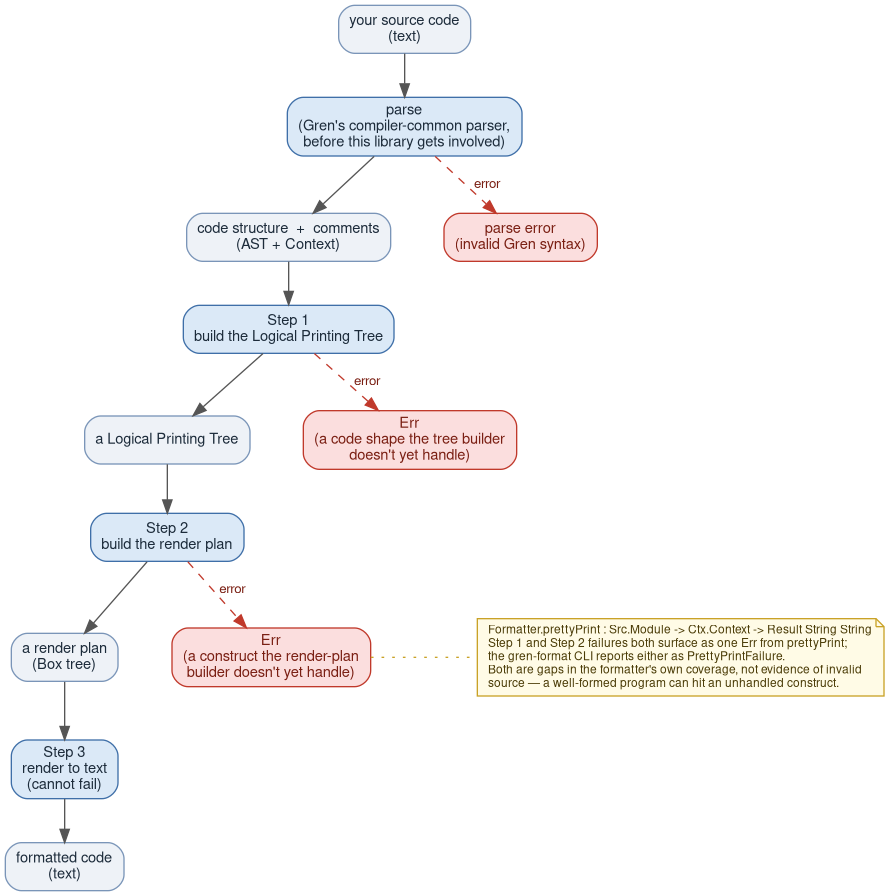
Before: docs/diagrams/formatter-pipeline.png, a diagram exported from Graphviz (gilramir/gren-format-lib). Its source is kept beside it as docs/diagrams/formatter-pipeline.dot.
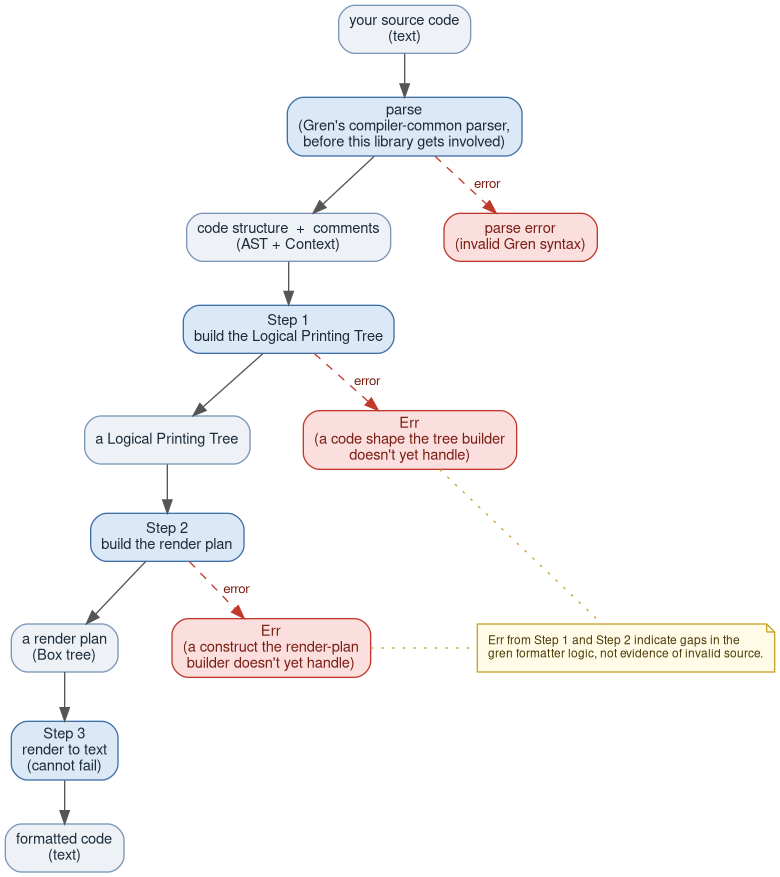
The same diagram one commit later.

What changed in the source:
```diff
@@ -28,7 +28,7 @@
     step2Fail [label="Err\n(a construct the render-plan\nbuilder doesn't yet handle)"];
 
     node [shape=note, style=filled, fillcolor="#fffbe6", color="#c9a227", fontcolor="#4a3b06", fontsize=9];
-    errNote [label="Formatter.prettyPrint : Src.Module -> Ctx.Context -> Result String String\lStep 1 and Step 2 failures both surface as one Err from prettyPrint;\lthe gren-format CLI reports either as PrettyPrintFailure.\lBoth are gaps in the formatter's own coverage, not evidence of invalid\lsource — a well-formed program can hit an unhandled construct.\l"];
+    errNote [label="Err from Step 1 and Step 2 indicate gaps in the\lgren formatter logic, not evidence of invalid source.\l"];
 
     source -> parse;
     parse  -> astCtx;
@@ -43,6 +43,7 @@
     step1 -> step1Fail [style=dashed, color="#c0392b", fontcolor="#7a1f13", label="error"];
     step2 -> step2Fail [style=dashed, color="#c0392b", fontcolor="#7a1f13", label="error"];
 
+    step1Fail -> errNote [style=dotted, arrowhead=none, color="#c9a227", constraint=false];
     step2Fail -> errNote [style=dotted, arrowhead=none, color="#c9a227", constraint=false];
 
     { rank=same; astCtx; parseFail }
```
